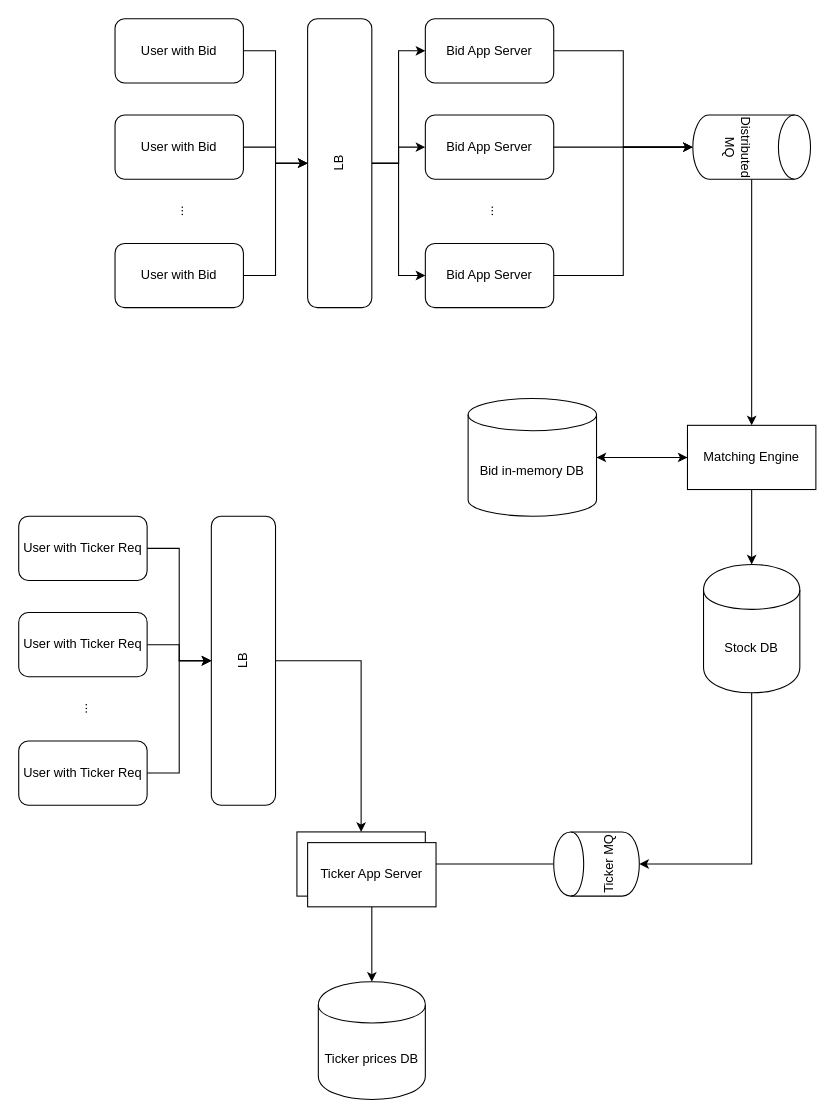
Before: drawios/Design Exchange.drawio in whmou/component-archs, a draw.io diagram. Source tidied: cells renumbered, new cells numbered last; positions are measured from the earlier drawing's top-left corner, leaving out a move shared by most shapes. Both pictures are drawn from the tidied source at 107%, with x=0, y=0 at pixel (18, 18).
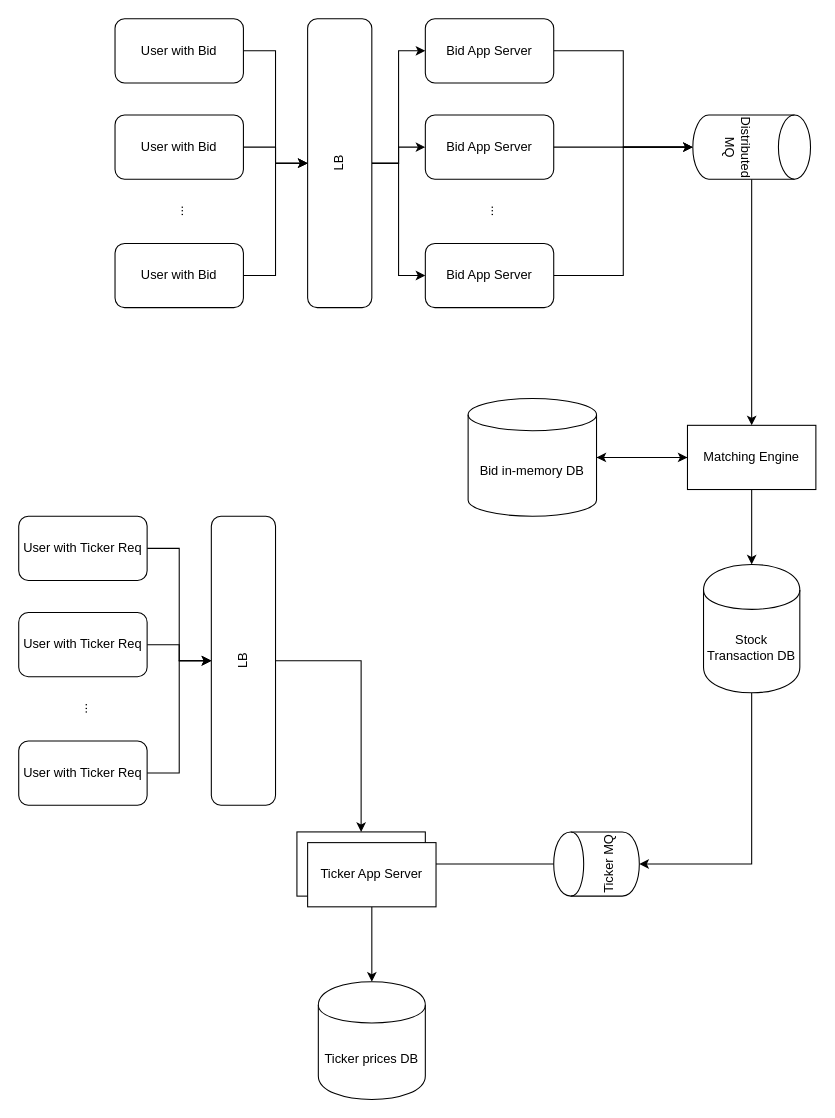
The same page after the edit.

The edit, as a diff of the source:
```diff
@@
-    <mxCell id="28" value="Stock DB" style="shape=cylinder;whiteSpace=wrap;html=1;boundedLbl=1;backgroundOutline=1;" parent="1" vertex="1">
+    <mxCell id="28" value="Stock Transaction DB" style="shape=cylinder;whiteSpace=wrap;html=1;boundedLbl=1;backgroundOutline=1;" parent="1" vertex="1">
       <mxGeometry x="640" y="510" width="90" height="120" as="geometry" />
     </mxCell>
```
